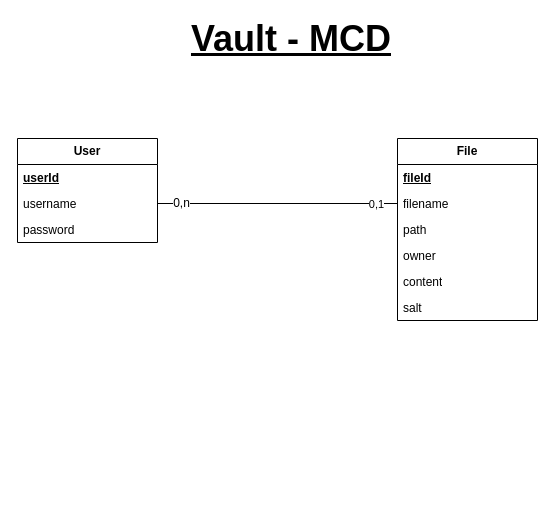
JeromePrevotat/Vault keeps this draw.io diagram as page "MCD" (1 of 3) of Vault-Merise.drawio. Above is the earlier version. Source tidied: cells renumbered, new cells numbered last; positions are measured from the earlier drawing's top-left corner, leaving out a move shared by most shapes. Both pictures are drawn from the tidied source at 100%, with x=0, y=0 at pixel (17, 18).
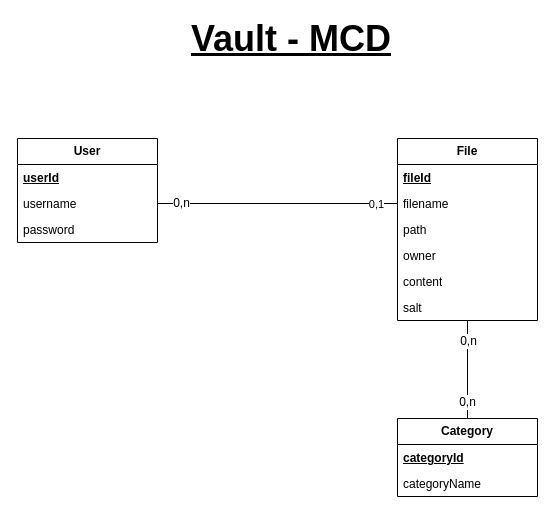
Above is the later version.

Unchanged cells that the change refers to:
```xml
<mxCell id="7" value="&lt;b&gt;File&lt;/b&gt;" style="swimlane;fontStyle=0;horizontal=1;startSize=26;fillColor=none;whiteSpace=wrap;html=1;" parent="1" vertex="1">
  <mxGeometry x="380" y="120" width="140" height="182" as="geometry" />
</mxCell>
```

Change to the diagram source:
```diff
@@
+    <mxCell id="17" style="edgeStyle=orthogonalEdgeStyle;rounded=0;jettySize=auto;html=1;entryX=0.5;entryY=0;entryDx=0;entryDy=0;endArrow=none;startFill=0;" parent="1" edge="1" source="7" target="20">
+      <mxGeometry relative="1" as="geometry" />
+    </mxCell>
+    <mxCell id="18" value="0,n" style="edgeLabel;html=1;align=center;verticalAlign=middle;fontSize=12;" parent="17" vertex="1">
+      <mxGeometry x="-0.59" relative="1" as="geometry" />
+    </mxCell>
+    <mxCell id="19" value="0,n" style="edgeLabel;html=1;align=center;verticalAlign=middle;fontSize=12;" parent="17" vertex="1">
+      <mxGeometry x="0.65" y="-1" relative="1" as="geometry" />
+    </mxCell>
@@
+    <mxCell id="20" value="&lt;b&gt;Category&lt;/b&gt;" style="swimlane;fontStyle=0;horizontal=1;startSize=26;fillColor=none;whiteSpace=wrap;html=1;" parent="1" vertex="1">
+      <mxGeometry x="380" y="400" width="140" height="78" as="geometry" />
+    </mxCell>
+    <mxCell id="21" value="&lt;b&gt;&lt;u&gt;categoryId&lt;/u&gt;&lt;/b&gt;" style="text;strokeColor=none;fillColor=none;align=left;verticalAlign=top;spacingLeft=4;spacingRight=4;overflow=hidden;whiteSpace=wrap;html=1;" parent="20" vertex="1">
+      <mxGeometry y="26" width="140" height="26" as="geometry" />
+    </mxCell>
+    <mxCell id="22" value="categoryName" style="text;strokeColor=none;fillColor=none;align=left;verticalAlign=top;spacingLeft=4;spacingRight=4;overflow=hidden;whiteSpace=wrap;html=1;" parent="20" vertex="1">
+      <mxGeometry y="52" width="140" height="26" as="geometry" />
+    </mxCell>
```
